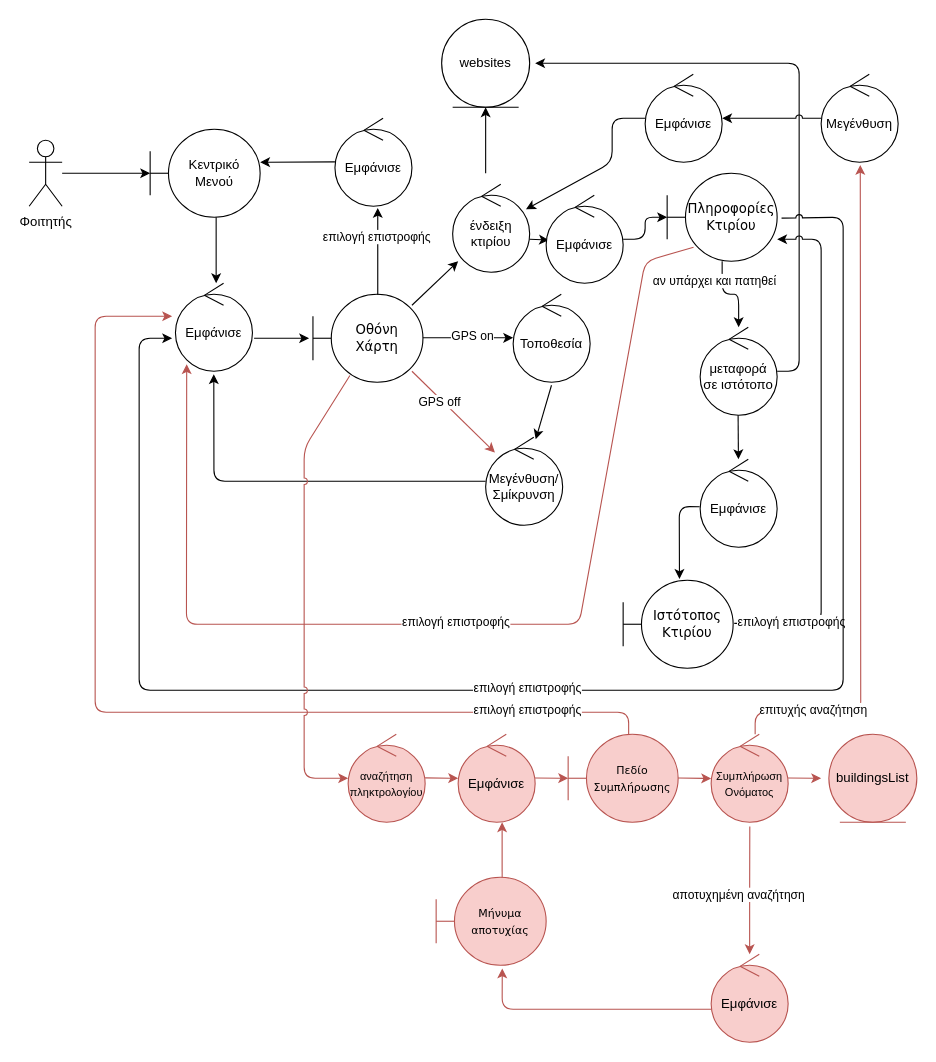
Before: page "Browse and search map" (14 of 16) of docs/Contributions/Vaggelis/Phase 3/Robustness-diagrams-v0.1.drawio in Ibournakas/PaPapp, a draw.io diagram. Source tidied: cells renumbered, new cells numbered last; positions are measured from the earlier drawing's top-left corner, leaving out a move shared by most shapes. Both pictures are drawn from the tidied source at 110%, with x=0, y=0 at pixel (29, 19).
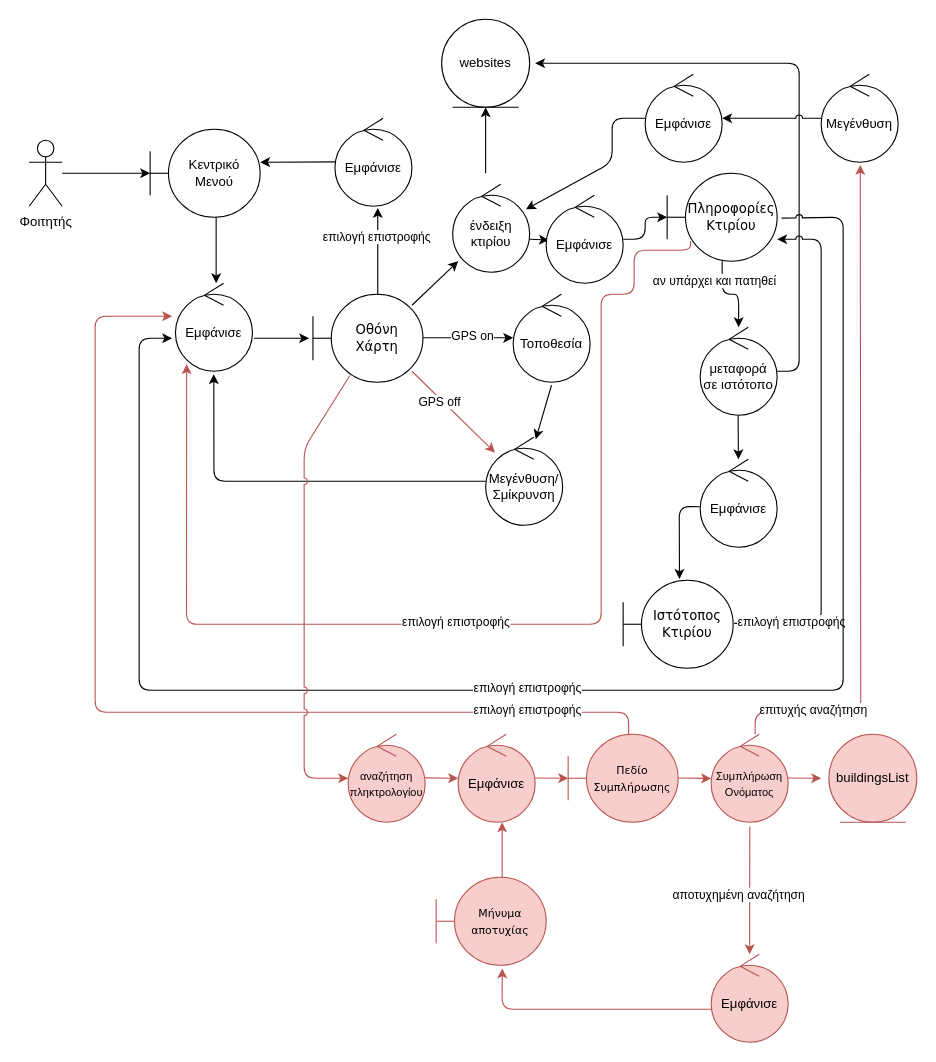
The same page after the edit.

The change refers to these unchanged cells:
```xml
<mxCell id="7" value="Εμφάνισε" style="ellipse;shape=umlControl;whiteSpace=wrap;html=1;rounded=1;" parent="1" vertex="1">
  <mxGeometry x="133" y="240" width="70" height="80" as="geometry" />
</mxCell>
<mxCell id="25" value="&lt;font style=&quot;font-size: 12px;&quot; face=&quot;Verdana&quot;&gt;Πληροφορίες&lt;br&gt;Κτιρίου&lt;br&gt;&lt;/font&gt;" style="shape=umlBoundary;whiteSpace=wrap;html=1;rounded=1;" parent="1" vertex="1">
  <mxGeometry x="580" y="140" width="100" height="80" as="geometry" />
</mxCell>
```

The edit, as a diff of the source:
```diff
@@
-    <mxCell id="65" style="endArrow=classic;html=1;rounded=1;exitX=0.24;exitY=0.84;exitDx=0;exitDy=0;exitPerimeter=0;entryX=0.146;entryY=0.92;entryDx=0;entryDy=0;entryPerimeter=0;fillColor=#f8cecc;strokeColor=#b85450;" parent="1" edge="1" source="25" target="7">
+    <mxCell id="65" style="endArrow=classic;html=1;rounded=1;exitX=0.213;exitY=0.771;exitDx=0;exitDy=0;exitPerimeter=0;entryX=0.146;entryY=0.92;entryDx=0;entryDy=0;entryPerimeter=0;fillColor=#f8cecc;strokeColor=#b85450;" parent="1" edge="1" source="25" target="7">
       <mxGeometry relative="1" as="geometry">
         <Array as="points">
-          <mxPoint x="560" y="220" />
-          <mxPoint x="500" y="550" />
+          <mxPoint x="601" y="210" />
+          <mxPoint x="550" y="210" />
+          <mxPoint x="550" y="250" />
+          <mxPoint x="520" y="250" />
+          <mxPoint x="520" y="550" />
           <mxPoint x="143" y="550" />
         </Array>
       </mxGeometry>
     </mxCell>
```
